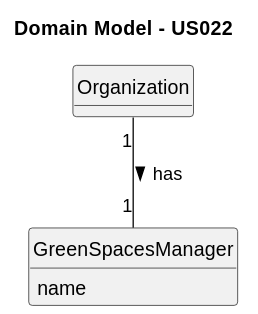
Before: docs/sprintA&B&C/us022/02.analysis/svg/us022-domain-model.svg, a diagram exported from PlantUML (daniel41silva05/ISEP_2023_2024_LAPR2).
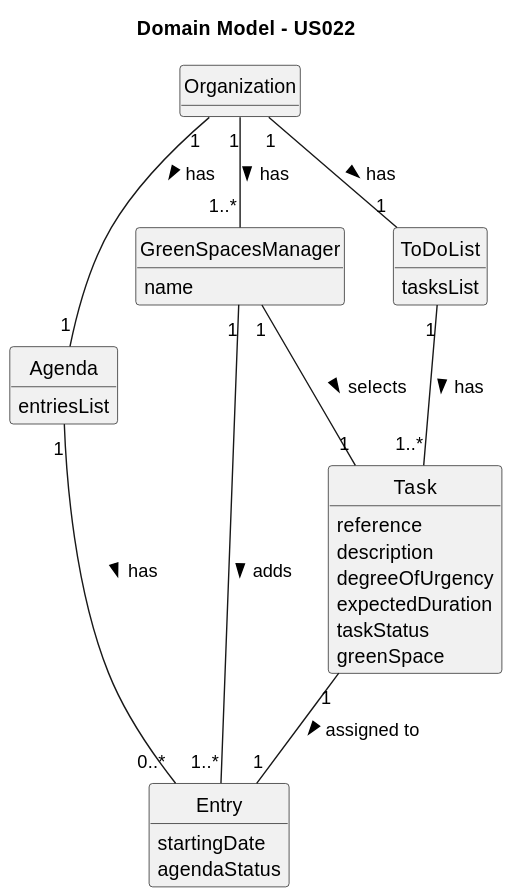
After the change.

Commit message:
US22 - Domain Model #10

The edit, as a diff of the source:
```diff
@@ -17,5 +17,34 @@
     name
 }
 
-Organization "1" -- "1" GreenSpacesManager : has >
+class Agenda {
+    entriesList
+}
+
+class ToDoList {
+    tasksList
+}
+
+class Entry {
+    startingDate
+    agendaStatus
+}
+
+class Task {
+    reference
+    description
+    degreeOfUrgency
+    expectedDuration
+    taskStatus
+    greenSpace
+}
+
+Organization "1" -- "1..*" GreenSpacesManager : has >
+Organization "1" -- "1" Agenda : has >
+Organization "1" -- "1" ToDoList : has >
+GreenSpacesManager "1" -- "1" Task : selects  >
+GreenSpacesManager "1" -- "1..*" Entry : adds >
+Agenda "1" -- "0..*" Entry : has >
+ToDoList "1" -- "1..*" Task : has >
+Task "1" -- "1" Entry : assigned to >
 @enduml
```
